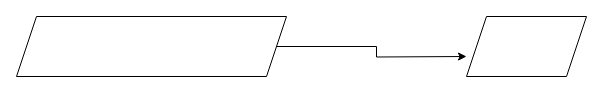
Earlier version of the draw.io diagram MyDiagarams/Untitled Diagram.drawio (MahendarDasari/drawio). Source tidied: cells renumbered, new cells numbered last; positions are measured from the earlier drawing's top-left corner, leaving out a move shared by most shapes. Both pictures are drawn from the tidied source at 100%, with x=0, y=0 at pixel (16, 16).
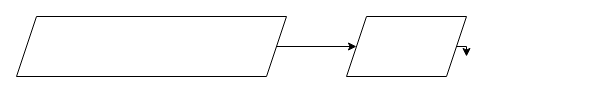
Above is the later version.

Change to the diagram source:
```diff
@@
 <mxGraphModel>
   <root>
     <mxCell id="0" />
     <mxCell id="1" parent="0" />
-    <mxCell id="2" style="edgeStyle=orthogonalEdgeStyle;rounded=0;jettySize=auto;html=1;exitX=1;exitY=0.5;exitDx=0;exitDy=0;" parent="1" edge="1" source="3">
+    <mxCell id="2" style="edgeStyle=orthogonalEdgeStyle;rounded=0;jettySize=auto;html=1;exitX=1;exitY=0.5;exitDx=0;exitDy=0;" parent="1" edge="1" source="4">
       <mxGeometry relative="1" as="geometry">
         <mxPoint x="450" y="40" as="targetPoint" />
       </mxGeometry>
     </mxCell>
     <mxCell id="3" style="shape=parallelogram;perimeter=parallelogramPerimeter;whiteSpace=wrap;html=1;fixedSize=1;" parent="1" vertex="1">
       <mxGeometry width="270" height="60" as="geometry" />
     </mxCell>
+    <mxCell id="5" style="edgeStyle=orthogonalEdgeStyle;rounded=0;jettySize=auto;html=1;exitX=1;exitY=0.5;exitDx=0;exitDy=0;" parent="1" edge="1" source="3" target="4">
+      <mxGeometry relative="1" as="geometry" />
+    </mxCell>
     <mxCell id="4" style="shape=parallelogram;perimeter=parallelogramPerimeter;whiteSpace=wrap;html=1;fixedSize=1;" parent="1" vertex="1">
-      <mxGeometry x="450" width="120" height="60" as="geometry" />
+      <mxGeometry x="330" width="120" height="60" as="geometry" />
     </mxCell>
   </root>
 </mxGraphModel>
```
